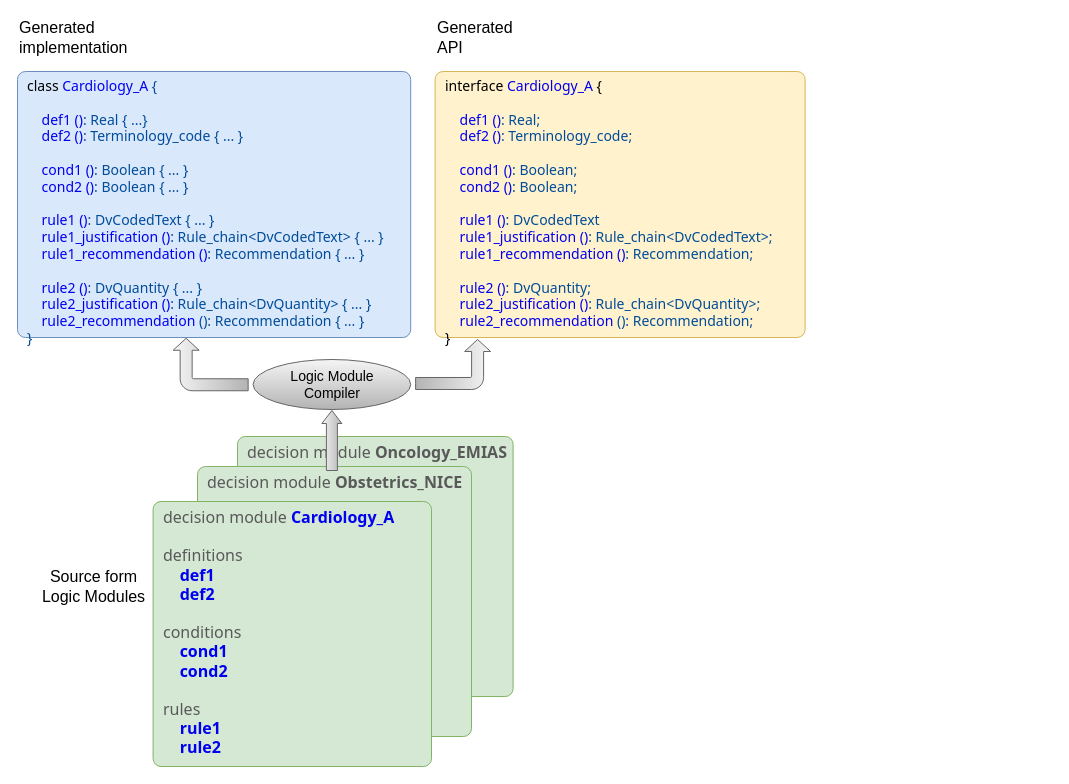
openEHR/specifications-PROC keeps this draw.io diagram as docs/decision_language/diagrams/artefact_scheme.drawio. Above is the earlier version. Source tidied: cells renumbered, new cells numbered last; positions are measured from the earlier drawing's top-left corner, leaving out a move shared by most shapes. Both pictures are drawn from the tidied source at 100%, with x=0, y=0 at pixel (17, 17).
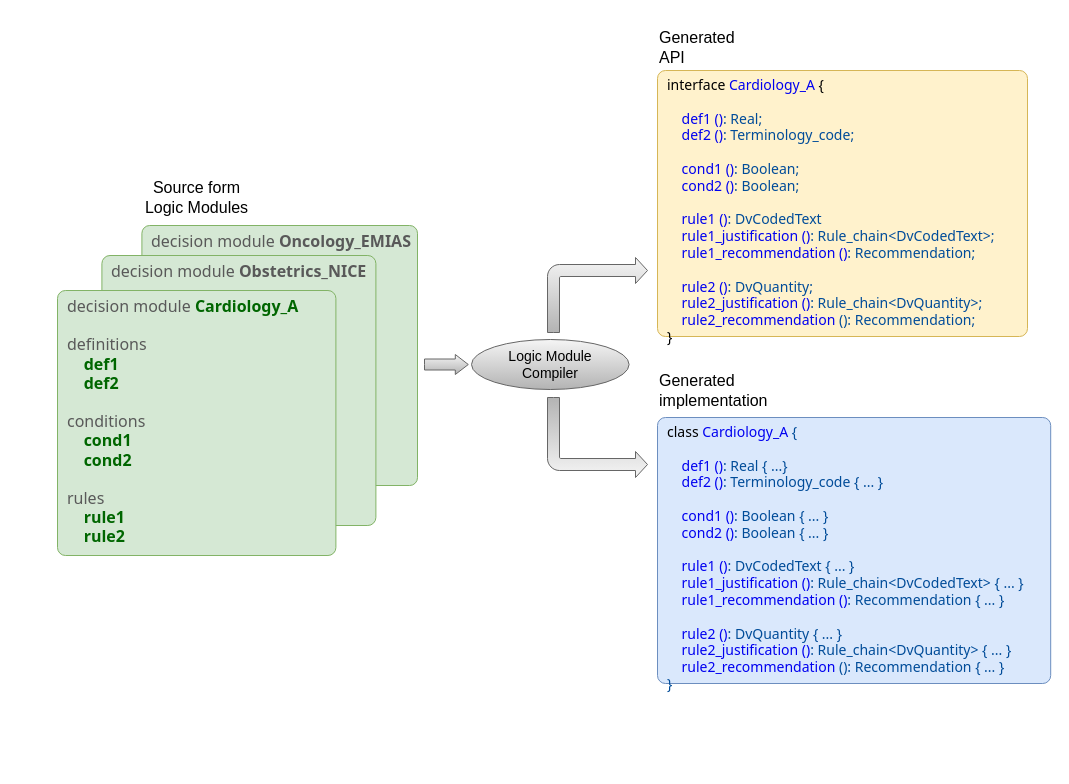
Above is the later version.

The edit, as a diff of the source:
```diff
@@
 <mxGraphModel>
   <root>
     <mxCell id="0" />
     <mxCell id="1" parent="0" />
     <mxCell id="2" value="&lt;div style=&quot;text-align: center ; font-size: 16px&quot;&gt;decision module&amp;nbsp;&lt;b style=&quot;font-size: 16px&quot;&gt;&lt;font style=&quot;font-size: 16px&quot;&gt;Oncology_EMIAS&lt;/font&gt;&lt;/b&gt;&lt;/div&gt;&lt;font style=&quot;font-size: 16px&quot;&gt;&lt;div style=&quot;text-align: center ; font-size: 16px&quot;&gt;&lt;span style=&quot;font-size: 16px&quot;&gt;&amp;nbsp; &amp;nbsp; &amp;nbsp; &amp;nbsp; &amp;nbsp;&lt;/span&gt;&lt;span style=&quot;font-size: 16px&quot;&gt;&amp;nbsp; &amp;nbsp; &amp;nbsp; &amp;nbsp;&lt;/span&gt;&lt;/div&gt;&lt;/font&gt;" style="rounded=1;whiteSpace=wrap;html=1;fontSize=16;arcSize=3;verticalAlign=top;fillColor=#d5e8d4;strokeColor=#82b366;align=left;spacingLeft=8;fontFamily=Tahoma;fontColor=#595959;" parent="1" vertex="1">
-      <mxGeometry x="220" y="419" width="275.6" height="260" as="geometry" />
+      <mxGeometry x="124.4" y="208" width="275.6" height="260" as="geometry" />
     </mxCell>
     <mxCell id="3" value="&lt;div style=&quot;text-align: center ; font-size: 16px&quot;&gt;decision module&amp;nbsp;&lt;b style=&quot;font-size: 16px&quot;&gt;&lt;font style=&quot;font-size: 16px&quot;&gt;Obstetrics_NICE&lt;/font&gt;&lt;/b&gt;&lt;/div&gt;&lt;font style=&quot;font-size: 16px&quot;&gt;&lt;div style=&quot;text-align: center ; font-size: 16px&quot;&gt;&lt;span style=&quot;font-size: 16px&quot;&gt;&amp;nbsp; &amp;nbsp; &amp;nbsp; &amp;nbsp; &amp;nbsp;&lt;/span&gt;&lt;span style=&quot;font-size: 16px&quot;&gt;&amp;nbsp; &amp;nbsp; &amp;nbsp; &amp;nbsp;&lt;/span&gt;&lt;/div&gt;&lt;/font&gt;" style="rounded=1;whiteSpace=wrap;html=1;fontSize=16;arcSize=3;verticalAlign=top;fillColor=#d5e8d4;strokeColor=#82b366;align=left;spacingLeft=8;fontFamily=Tahoma;fontColor=#595959;" parent="1" vertex="1">
-      <mxGeometry x="180" y="449" width="274" height="270" as="geometry" />
+      <mxGeometry x="84.4" y="238" width="274" height="270" as="geometry" />
     </mxCell>
-    <mxCell id="4" value="&lt;div style=&quot;font-size: 16px&quot;&gt;decision module&amp;nbsp;&lt;b style=&quot;font-size: 16px&quot;&gt;&lt;font style=&quot;font-size: 16px&quot; color=&quot;#0000f0&quot;&gt;Cardiology_A&lt;/font&gt;&lt;/b&gt;&lt;/div&gt;&lt;div style=&quot;font-size: 16px&quot;&gt;&lt;b style=&quot;font-size: 16px&quot;&gt;&lt;font style=&quot;font-size: 16px&quot;&gt;&lt;br&gt;&lt;/font&gt;&lt;/b&gt;&lt;/div&gt;&lt;div&gt;definitions&lt;/div&gt;&lt;div&gt;&lt;b&gt;&amp;nbsp; &amp;nbsp;&amp;nbsp;&lt;font color=&quot;#0000f0&quot;&gt;def1&lt;/font&gt;&lt;/b&gt;&lt;/div&gt;&lt;div&gt;&lt;b&gt;&amp;nbsp; &amp;nbsp;&amp;nbsp;&lt;font color=&quot;#0000f0&quot;&gt;def2&lt;/font&gt;&lt;/b&gt;&lt;/div&gt;&lt;div&gt;&lt;b&gt;&lt;br&gt;&lt;/b&gt;&lt;/div&gt;&lt;div style=&quot;font-size: 16px&quot;&gt;&lt;span style=&quot;font-size: 16px&quot;&gt;&lt;font style=&quot;font-size: 16px&quot;&gt;conditions&lt;/font&gt;&lt;/span&gt;&lt;/div&gt;&lt;div style=&quot;font-size: 16px&quot;&gt;&lt;b style=&quot;font-size: 16px&quot;&gt;&lt;font style=&quot;font-size: 16px&quot;&gt;&amp;nbsp; &amp;nbsp; &lt;font color=&quot;#0000f0&quot;&gt;cond1&lt;/font&gt;&lt;/font&gt;&lt;/b&gt;&lt;/div&gt;&lt;div style=&quot;font-size: 16px&quot;&gt;&lt;b style=&quot;font-size: 16px&quot;&gt;&lt;font style=&quot;font-size: 16px&quot;&gt;&amp;nbsp; &amp;nbsp; &lt;font color=&quot;#0000f0&quot;&gt;cond2&lt;/font&gt;&lt;/font&gt;&lt;/b&gt;&lt;/div&gt;&lt;div style=&quot;font-size: 16px&quot;&gt;&lt;b style=&quot;font-size: 16px&quot;&gt;&lt;font style=&quot;font-size: 16px&quot;&gt;&lt;br&gt;&lt;/font&gt;&lt;/b&gt;&lt;/div&gt;&lt;div style=&quot;font-size: 16px&quot;&gt;&lt;span style=&quot;font-size: 16px&quot;&gt;&lt;font style=&quot;font-size: 16px&quot;&gt;rules&lt;/font&gt;&lt;/span&gt;&lt;/div&gt;&lt;div style=&quot;font-size: 16px&quot;&gt;&lt;b style=&quot;font-size: 16px&quot;&gt;&lt;font style=&quot;font-size: 16px&quot;&gt;&amp;nbsp; &amp;nbsp; &lt;font color=&quot;#0000f0&quot;&gt;rule1&lt;/font&gt;&lt;/font&gt;&lt;/b&gt;&lt;/div&gt;&lt;div style=&quot;font-size: 16px&quot;&gt;&lt;b style=&quot;font-size: 16px&quot;&gt;&lt;font style=&quot;font-size: 16px&quot;&gt;&amp;nbsp; &amp;nbsp; &lt;font color=&quot;#0000f0&quot;&gt;rule2&lt;/font&gt;&lt;/font&gt;&lt;/b&gt;&lt;/div&gt;" style="rounded=1;whiteSpace=wrap;html=1;fontSize=16;arcSize=3;verticalAlign=top;fillColor=#d5e8d4;strokeColor=#82b366;align=left;spacingLeft=8;fontFamily=Tahoma;fontColor=#595959;" parent="1" vertex="1">
-      <mxGeometry x="135.6" y="484" width="278.4" height="265" as="geometry" />
+    <mxCell id="4" value="&lt;div style=&quot;font-size: 16px&quot;&gt;decision module&amp;nbsp;&lt;b style=&quot;font-size: 16px&quot;&gt;&lt;font style=&quot;font-size: 16px&quot; color=&quot;#006600&quot;&gt;Cardiology_A&lt;/font&gt;&lt;/b&gt;&lt;/div&gt;&lt;div style=&quot;font-size: 16px&quot;&gt;&lt;b style=&quot;font-size: 16px&quot;&gt;&lt;font style=&quot;font-size: 16px&quot;&gt;&lt;br&gt;&lt;/font&gt;&lt;/b&gt;&lt;/div&gt;&lt;div&gt;definitions&lt;/div&gt;&lt;div&gt;&lt;b&gt;&lt;font color=&quot;#006600&quot;&gt;&amp;nbsp; &amp;nbsp;&amp;nbsp;def1&lt;/font&gt;&lt;/b&gt;&lt;/div&gt;&lt;div&gt;&lt;b&gt;&lt;font color=&quot;#006600&quot;&gt;&amp;nbsp; &amp;nbsp;&amp;nbsp;def2&lt;/font&gt;&lt;/b&gt;&lt;/div&gt;&lt;div&gt;&lt;b&gt;&lt;br&gt;&lt;/b&gt;&lt;/div&gt;&lt;div style=&quot;font-size: 16px&quot;&gt;&lt;span style=&quot;font-size: 16px&quot;&gt;&lt;font style=&quot;font-size: 16px&quot;&gt;conditions&lt;/font&gt;&lt;/span&gt;&lt;/div&gt;&lt;div style=&quot;font-size: 16px&quot;&gt;&lt;b style=&quot;font-size: 16px&quot;&gt;&lt;font style=&quot;font-size: 16px&quot;&gt;&amp;nbsp; &amp;nbsp; &lt;font color=&quot;#006600&quot;&gt;cond1&lt;/font&gt;&lt;/font&gt;&lt;/b&gt;&lt;/div&gt;&lt;div style=&quot;font-size: 16px&quot;&gt;&lt;b style=&quot;font-size: 16px&quot;&gt;&lt;font style=&quot;font-size: 16px&quot; color=&quot;#006600&quot;&gt;&amp;nbsp; &amp;nbsp; cond2&lt;/font&gt;&lt;/b&gt;&lt;/div&gt;&lt;div style=&quot;font-size: 16px&quot;&gt;&lt;b style=&quot;font-size: 16px&quot;&gt;&lt;font style=&quot;font-size: 16px&quot;&gt;&lt;br&gt;&lt;/font&gt;&lt;/b&gt;&lt;/div&gt;&lt;div style=&quot;font-size: 16px&quot;&gt;&lt;span style=&quot;font-size: 16px&quot;&gt;&lt;font style=&quot;font-size: 16px&quot;&gt;rules&lt;/font&gt;&lt;/span&gt;&lt;/div&gt;&lt;div style=&quot;font-size: 16px&quot;&gt;&lt;b style=&quot;font-size: 16px&quot;&gt;&lt;font style=&quot;font-size: 16px&quot;&gt;&amp;nbsp; &amp;nbsp; &lt;font color=&quot;#006600&quot;&gt;rule1&lt;/font&gt;&lt;/font&gt;&lt;/b&gt;&lt;/div&gt;&lt;div style=&quot;font-size: 16px&quot;&gt;&lt;b style=&quot;font-size: 16px&quot;&gt;&lt;font style=&quot;font-size: 16px&quot; color=&quot;#006600&quot;&gt;&amp;nbsp; &amp;nbsp; rule2&lt;/font&gt;&lt;/b&gt;&lt;/div&gt;" style="rounded=1;whiteSpace=wrap;html=1;fontSize=16;arcSize=3;verticalAlign=top;fillColor=#d5e8d4;strokeColor=#82b366;align=left;spacingLeft=8;fontFamily=Tahoma;fontColor=#595959;" parent="1" vertex="1">
+      <mxGeometry x="40" y="273" width="278.4" height="265" as="geometry" />
     </mxCell>
     <mxCell id="5" value="Source form&lt;br&gt;Logic Modules" style="text;html=1;align=center;verticalAlign=middle;fontColor=#000000;fontSize=16;" parent="1" vertex="1">
-      <mxGeometry x="15.6" y="549" width="120" height="40" as="geometry" />
+      <mxGeometry x="119.2" y="160" width="120" height="40" as="geometry" />
     </mxCell>
     <mxCell id="6" value="&lt;div style=&quot;font-size: 14px&quot;&gt;&lt;font color=&quot;#000000&quot;&gt;class&lt;/font&gt;&lt;font color=&quot;#004c99&quot;&gt;&amp;nbsp;&lt;/font&gt;&lt;span style=&quot;font-size: 14px&quot;&gt;&lt;font style=&quot;font-size: 14px&quot;&gt;&lt;font color=&quot;#0000f0&quot;&gt;Cardiology_A&lt;/font&gt;&lt;font color=&quot;#004c99&quot;&gt; {&lt;/font&gt;&lt;/font&gt;&lt;/span&gt;&lt;/div&gt;&lt;div style=&quot;font-size: 14px&quot;&gt;&lt;span style=&quot;font-size: 14px&quot;&gt;&lt;font style=&quot;font-size: 14px&quot; color=&quot;#004c99&quot;&gt;&lt;br style=&quot;font-size: 14px&quot;&gt;&lt;/font&gt;&lt;/span&gt;&lt;/div&gt;&lt;div&gt;&lt;font color=&quot;#004c99&quot;&gt;&amp;nbsp; &amp;nbsp;&amp;nbsp;&lt;/font&gt;&lt;font color=&quot;#0000f0&quot;&gt;def1 ()&lt;/font&gt;&lt;font color=&quot;#004c99&quot;&gt;: Real { ...}&lt;/font&gt;&lt;br&gt;&lt;/div&gt;&lt;div&gt;&lt;font color=&quot;#004c99&quot;&gt;&amp;nbsp; &amp;nbsp;&amp;nbsp;&lt;/font&gt;&lt;font color=&quot;#0000f0&quot;&gt;def2 ()&lt;/font&gt;&lt;font color=&quot;#004c99&quot;&gt;: Terminology_code { ... }&lt;/font&gt;&lt;/div&gt;&lt;div style=&quot;font-size: 14px&quot;&gt;&lt;span style=&quot;font-size: 14px&quot;&gt;&lt;font color=&quot;#004c99&quot;&gt;&lt;br&gt;&lt;/font&gt;&lt;/span&gt;&lt;/div&gt;&lt;div style=&quot;font-size: 14px&quot;&gt;&lt;span style=&quot;font-size: 14px&quot;&gt;&lt;font color=&quot;#004c99&quot;&gt;&amp;nbsp; &amp;nbsp; &lt;/font&gt;&lt;font color=&quot;#0000f0&quot;&gt;cond1 ()&lt;/font&gt;&lt;font color=&quot;#004c99&quot;&gt;: Boolean { ... }&lt;/font&gt;&lt;/span&gt;&lt;br style=&quot;font-size: 14px&quot;&gt;&lt;/div&gt;&lt;div style=&quot;font-size: 14px&quot;&gt;&lt;span style=&quot;font-size: 14px&quot;&gt;&lt;font style=&quot;font-size: 14px&quot;&gt;&lt;font color=&quot;#004c99&quot;&gt;&amp;nbsp; &amp;nbsp; &lt;/font&gt;&lt;font color=&quot;#0000f0&quot;&gt;cond2 ()&lt;/font&gt;&lt;font color=&quot;#004c99&quot;&gt;: Boolean&lt;/font&gt;&lt;/font&gt;&lt;/span&gt;&lt;span style=&quot;color: rgb(0 , 76 , 153)&quot;&gt;&amp;nbsp;{ ... }&lt;/span&gt;&lt;/div&gt;&lt;div style=&quot;font-size: 14px&quot;&gt;&lt;span style=&quot;font-size: 14px&quot;&gt;&lt;font style=&quot;font-size: 14px&quot; color=&quot;#004c99&quot;&gt;&lt;br style=&quot;font-size: 14px&quot;&gt;&lt;/font&gt;&lt;/span&gt;&lt;/div&gt;&lt;div style=&quot;font-size: 14px&quot;&gt;&lt;span style=&quot;font-size: 14px&quot;&gt;&lt;font color=&quot;#004c99&quot;&gt;&amp;nbsp; &amp;nbsp; &lt;/font&gt;&lt;font color=&quot;#0000f0&quot;&gt;rule1 ()&lt;/font&gt;&lt;font color=&quot;#004c99&quot;&gt;: DvCodedText { ... }&lt;/font&gt;&lt;/span&gt;&lt;br style=&quot;font-size: 14px&quot;&gt;&lt;/div&gt;&lt;div style=&quot;font-size: 14px&quot;&gt;&lt;div&gt;&lt;font color=&quot;#004c99&quot;&gt;&amp;nbsp; &amp;nbsp;&amp;nbsp;&lt;/font&gt;&lt;font color=&quot;#0000f0&quot;&gt;rule1_justification ()&lt;/font&gt;&lt;font color=&quot;#004c99&quot;&gt;: Rule_chain&amp;lt;DvCodedText&amp;gt; { ... }&lt;/font&gt;&lt;/div&gt;&lt;/div&gt;&lt;div style=&quot;font-size: 14px&quot;&gt;&lt;span style=&quot;font-size: 14px&quot;&gt;&lt;font color=&quot;#004c99&quot;&gt;&amp;nbsp; &amp;nbsp; &lt;/font&gt;&lt;font color=&quot;#0000f0&quot;&gt;rule1_recommendation ()&lt;/font&gt;&lt;font color=&quot;#004c99&quot;&gt;: Recommendation { ... }&lt;/font&gt;&lt;/span&gt;&lt;/div&gt;&lt;div style=&quot;font-size: 14px&quot;&gt;&lt;span style=&quot;font-size: 14px&quot;&gt;&lt;font color=&quot;#004c99&quot;&gt;&lt;br&gt;&lt;/font&gt;&lt;/span&gt;&lt;/div&gt;&lt;div style=&quot;font-size: 14px&quot;&gt;&lt;span style=&quot;font-size: 14px&quot;&gt;&lt;font style=&quot;font-size: 14px&quot; color=&quot;#004c99&quot;&gt;&amp;nbsp; &amp;nbsp; &lt;/font&gt;&lt;font style=&quot;font-size: 14px&quot; color=&quot;#0000f0&quot;&gt;rule2 ()&lt;/font&gt;&lt;font style=&quot;font-size: 14px&quot; color=&quot;#004c99&quot;&gt;: DvQuantity&amp;nbsp;&lt;/font&gt;&lt;font style=&quot;font-size: 14px&quot; color=&quot;#004c99&quot;&gt;{ ... }&lt;/font&gt;&lt;/span&gt;&lt;/div&gt;&lt;div style=&quot;font-size: 14px&quot;&gt;&lt;div&gt;&lt;font color=&quot;#004c99&quot;&gt;&amp;nbsp; &amp;nbsp;&amp;nbsp;&lt;/font&gt;&lt;font color=&quot;#0000f0&quot;&gt;rule2_justification ()&lt;/font&gt;&lt;font color=&quot;#004c99&quot;&gt;: Rule_chain&amp;lt;DvQuantity&amp;gt; { ... }&lt;/font&gt;&lt;/div&gt;&lt;/div&gt;&lt;div style=&quot;font-size: 14px&quot;&gt;&lt;div&gt;&lt;font color=&quot;#004c99&quot;&gt;&amp;nbsp; &amp;nbsp; &lt;/font&gt;&lt;font color=&quot;#0000f0&quot;&gt;rule2_recommendation&lt;/font&gt;&lt;font color=&quot;#004c99&quot;&gt; (): Recommendation { ... }&lt;/font&gt;&lt;/div&gt;&lt;div&gt;&lt;font color=&quot;#004c99&quot;&gt;}&lt;/font&gt;&lt;/div&gt;&lt;/div&gt;" style="rounded=1;whiteSpace=wrap;html=1;fontSize=14;arcSize=3;verticalAlign=top;fillColor=#dae8fc;strokeColor=#6c8ebf;align=left;spacingLeft=8;fontFamily=Tahoma;fontStyle=0;" parent="1" vertex="1">
-      <mxGeometry y="54" width="393.2" height="266" as="geometry" />
+      <mxGeometry x="640" y="400" width="393.2" height="266" as="geometry" />
     </mxCell>
     <mxCell id="7" value="&lt;div style=&quot;font-size: 14px&quot;&gt;&lt;font color=&quot;#000000&quot;&gt;interface&lt;/font&gt;&lt;font color=&quot;#004c99&quot;&gt;&amp;nbsp;&lt;/font&gt;&lt;span style=&quot;font-size: 14px&quot;&gt;&lt;font style=&quot;font-size: 14px&quot;&gt;&lt;font color=&quot;#0000f0&quot;&gt;Cardiology_A&lt;/font&gt;&lt;font color=&quot;#004c99&quot;&gt; &lt;/font&gt;{&lt;/font&gt;&lt;/span&gt;&lt;/div&gt;&lt;div style=&quot;font-size: 14px&quot;&gt;&lt;span style=&quot;font-size: 14px&quot;&gt;&lt;font style=&quot;font-size: 14px&quot; color=&quot;#004c99&quot;&gt;&lt;br style=&quot;font-size: 14px&quot;&gt;&lt;/font&gt;&lt;/span&gt;&lt;/div&gt;&lt;div&gt;&lt;font color=&quot;#004c99&quot;&gt;&amp;nbsp; &amp;nbsp;&amp;nbsp;&lt;/font&gt;&lt;font color=&quot;#0000f0&quot;&gt;def1 ()&lt;/font&gt;&lt;font color=&quot;#004c99&quot;&gt;: Real;&lt;/font&gt;&lt;br&gt;&lt;/div&gt;&lt;div&gt;&lt;font color=&quot;#004c99&quot;&gt;&amp;nbsp; &amp;nbsp;&amp;nbsp;&lt;/font&gt;&lt;font color=&quot;#0000f0&quot;&gt;def2 ()&lt;/font&gt;&lt;font color=&quot;#004c99&quot;&gt;: Terminology_code;&lt;/font&gt;&lt;/div&gt;&lt;div style=&quot;font-size: 14px&quot;&gt;&lt;span style=&quot;font-size: 14px&quot;&gt;&lt;font color=&quot;#004c99&quot;&gt;&lt;br&gt;&lt;/font&gt;&lt;/span&gt;&lt;/div&gt;&lt;div style=&quot;font-size: 14px&quot;&gt;&lt;span style=&quot;font-size: 14px&quot;&gt;&lt;font color=&quot;#004c99&quot;&gt;&amp;nbsp; &amp;nbsp; &lt;/font&gt;&lt;font color=&quot;#0000f0&quot;&gt;cond1 ()&lt;/font&gt;&lt;font color=&quot;#004c99&quot;&gt;: Boolean;&lt;/font&gt;&lt;/span&gt;&lt;br style=&quot;font-size: 14px&quot;&gt;&lt;/div&gt;&lt;div style=&quot;font-size: 14px&quot;&gt;&lt;span style=&quot;font-size: 14px&quot;&gt;&lt;font style=&quot;font-size: 14px&quot;&gt;&lt;font color=&quot;#004c99&quot;&gt;&amp;nbsp; &amp;nbsp; &lt;/font&gt;&lt;font color=&quot;#0000f0&quot;&gt;cond2 ()&lt;/font&gt;&lt;font color=&quot;#004c99&quot;&gt;: Boolean;&lt;/font&gt;&lt;/font&gt;&lt;/span&gt;&lt;/div&gt;&lt;div style=&quot;font-size: 14px&quot;&gt;&lt;span style=&quot;font-size: 14px&quot;&gt;&lt;font style=&quot;font-size: 14px&quot; color=&quot;#004c99&quot;&gt;&lt;br style=&quot;font-size: 14px&quot;&gt;&lt;/font&gt;&lt;/span&gt;&lt;/div&gt;&lt;div style=&quot;font-size: 14px&quot;&gt;&lt;span style=&quot;font-size: 14px&quot;&gt;&lt;font color=&quot;#004c99&quot;&gt;&amp;nbsp; &amp;nbsp; &lt;/font&gt;&lt;font color=&quot;#0000f0&quot;&gt;rule1 ()&lt;/font&gt;&lt;font color=&quot;#004c99&quot;&gt;: DvCodedText&lt;/font&gt;&lt;/span&gt;&lt;br style=&quot;font-size: 14px&quot;&gt;&lt;/div&gt;&lt;div style=&quot;font-size: 14px&quot;&gt;&lt;div&gt;&lt;font color=&quot;#004c99&quot;&gt;&amp;nbsp; &amp;nbsp;&amp;nbsp;&lt;/font&gt;&lt;font color=&quot;#0000f0&quot;&gt;rule1_justification ()&lt;/font&gt;&lt;font color=&quot;#004c99&quot;&gt;: Rule_chain&amp;lt;DvCodedText&amp;gt;;&lt;/font&gt;&lt;/div&gt;&lt;/div&gt;&lt;div style=&quot;font-size: 14px&quot;&gt;&lt;span style=&quot;font-size: 14px&quot;&gt;&lt;font color=&quot;#004c99&quot;&gt;&amp;nbsp; &amp;nbsp; &lt;/font&gt;&lt;font color=&quot;#0000f0&quot;&gt;rule1_recommendation ()&lt;/font&gt;&lt;font color=&quot;#004c99&quot;&gt;: Recommendation;&lt;/font&gt;&lt;/span&gt;&lt;/div&gt;&lt;div style=&quot;font-size: 14px&quot;&gt;&lt;span style=&quot;font-size: 14px&quot;&gt;&lt;font color=&quot;#004c99&quot;&gt;&lt;br&gt;&lt;/font&gt;&lt;/span&gt;&lt;/div&gt;&lt;div style=&quot;font-size: 14px&quot;&gt;&lt;span style=&quot;font-size: 14px&quot;&gt;&lt;font style=&quot;font-size: 14px&quot; color=&quot;#004c99&quot;&gt;&amp;nbsp; &amp;nbsp; &lt;/font&gt;&lt;font style=&quot;font-size: 14px&quot; color=&quot;#0000f0&quot;&gt;rule2 ()&lt;/font&gt;&lt;font style=&quot;font-size: 14px&quot; color=&quot;#004c99&quot;&gt;: DvQuantity;&lt;/font&gt;&lt;/span&gt;&lt;/div&gt;&lt;div style=&quot;font-size: 14px&quot;&gt;&lt;div&gt;&lt;font color=&quot;#004c99&quot;&gt;&amp;nbsp; &amp;nbsp;&amp;nbsp;&lt;/font&gt;&lt;font color=&quot;#0000f0&quot;&gt;rule2_justification ()&lt;/font&gt;&lt;font color=&quot;#004c99&quot;&gt;: Rule_chain&amp;lt;DvQuantity&amp;gt;;&lt;/font&gt;&lt;/div&gt;&lt;/div&gt;&lt;div style=&quot;font-size: 14px&quot;&gt;&lt;div&gt;&lt;font color=&quot;#004c99&quot;&gt;&amp;nbsp; &amp;nbsp; &lt;/font&gt;&lt;font color=&quot;#0000f0&quot;&gt;rule2_recommendation&lt;/font&gt;&lt;font color=&quot;#004c99&quot;&gt; (): Recommendation;&lt;/font&gt;&lt;/div&gt;&lt;div&gt;}&lt;/div&gt;&lt;/div&gt;" style="rounded=1;whiteSpace=wrap;html=1;fontSize=14;arcSize=3;verticalAlign=top;fillColor=#fff2cc;strokeColor=#d6b656;align=left;spacingLeft=8;fontFamily=Tahoma;fontStyle=0;" parent="1" vertex="1">
-      <mxGeometry x="417.6" y="54" width="370" height="266" as="geometry" />
+      <mxGeometry x="640" y="53" width="370" height="266" as="geometry" />
     </mxCell>
     <mxCell id="8" value="Logic Module&lt;br&gt;Compiler" style="ellipse;whiteSpace=wrap;html=1;fontSize=14;gradientColor=#b3b3b3;fillColor=#f5f5f5;strokeColor=#666666;" parent="1" vertex="1">
-      <mxGeometry x="235.6" y="342" width="157.6" height="50" as="geometry" />
+      <mxGeometry x="454" y="322" width="157.6" height="50" as="geometry" />
     </mxCell>
-    <mxCell id="9" style="html=1;shadow=0;dashed=0;align=center;verticalAlign=middle;shape=mxgraph.arrows2.arrow;dy=0.45;dx=13;direction=north;notch=0;fontSize=14;fillColor=#f5f5f5;strokeColor=#666666;gradientColor=#b3b3b3;" parent="1" vertex="1">
-      <mxGeometry x="304.4" y="393" width="20" height="60" as="geometry" />
+    <mxCell id="9" style="html=1;shadow=0;dashed=0;align=center;verticalAlign=middle;shape=mxgraph.arrows2.arrow;dy=0.45;dx=13;direction=north;notch=0;fontSize=14;fillColor=#f5f5f5;strokeColor=#666666;gradientColor=#b3b3b3;rotation=90;" parent="1" vertex="1">
+      <mxGeometry x="418.9" y="325.1" width="20" height="43.8" as="geometry" />
     </mxCell>
-    <mxCell id="10" style="html=1;shadow=0;dashed=0;align=center;verticalAlign=middle;shape=mxgraph.arrows2.bendArrow;dy=6;dx=12;notch=0;arrowHead=26;rounded=1;fontSize=14;rotation=-90;gradientColor=#b3b3b3;fillColor=#f5f5f5;strokeColor=#666666;" parent="1" vertex="1">
-      <mxGeometry x="166.9" y="309.5" width="52.5" height="75" as="geometry" />
+    <mxCell id="10" style="html=1;shadow=0;dashed=0;align=center;verticalAlign=middle;shape=mxgraph.arrows2.bendArrow;dy=6;dx=12;notch=0;arrowHead=26;rounded=1;fontSize=14;rotation=0;gradientColor=#b3b3b3;fillColor=#f5f5f5;strokeColor=#666666;" parent="1" vertex="1">
+      <mxGeometry x="530" y="240" width="100" height="75" as="geometry" />
     </mxCell>
-    <mxCell id="11" style="html=1;shadow=0;dashed=0;align=center;verticalAlign=middle;shape=mxgraph.arrows2.bendArrow;dy=6;dx=12;notch=0;arrowHead=26;rounded=1;fontSize=14;rotation=-90;gradientColor=#b3b3b3;fillColor=#f5f5f5;strokeColor=#666666;flipH=0;flipV=1;" parent="1" vertex="1">
-      <mxGeometry x="410.6" y="309.5" width="50" height="75" as="geometry" />
+    <mxCell id="11" style="html=1;shadow=0;dashed=0;align=center;verticalAlign=middle;shape=mxgraph.arrows2.bendArrow;dy=6;dx=12;notch=0;arrowHead=26;rounded=1;fontSize=14;rotation=0;gradientColor=#b3b3b3;fillColor=#f5f5f5;strokeColor=#666666;flipH=0;flipV=1;" parent="1" vertex="1">
+      <mxGeometry x="530" y="380" width="100" height="80" as="geometry" />
     </mxCell>
     <mxCell id="12" value="Generated&lt;br&gt;implementation" style="text;html=1;align=left;verticalAlign=middle;fontColor=#000000;fontSize=16;" parent="1" vertex="1">
-      <mxGeometry width="120" height="40" as="geometry" />
+      <mxGeometry x="640" y="353" width="120" height="40" as="geometry" />
     </mxCell>
     <mxCell id="13" value="Generated&lt;br&gt;API" style="text;html=1;align=left;verticalAlign=middle;fontColor=#000000;fontSize=16;" parent="1" vertex="1">
-      <mxGeometry x="417.6" width="90" height="40" as="geometry" />
+      <mxGeometry x="640" y="10" width="90" height="40" as="geometry" />
     </mxCell>
   </root>
 </mxGraphModel>
```
